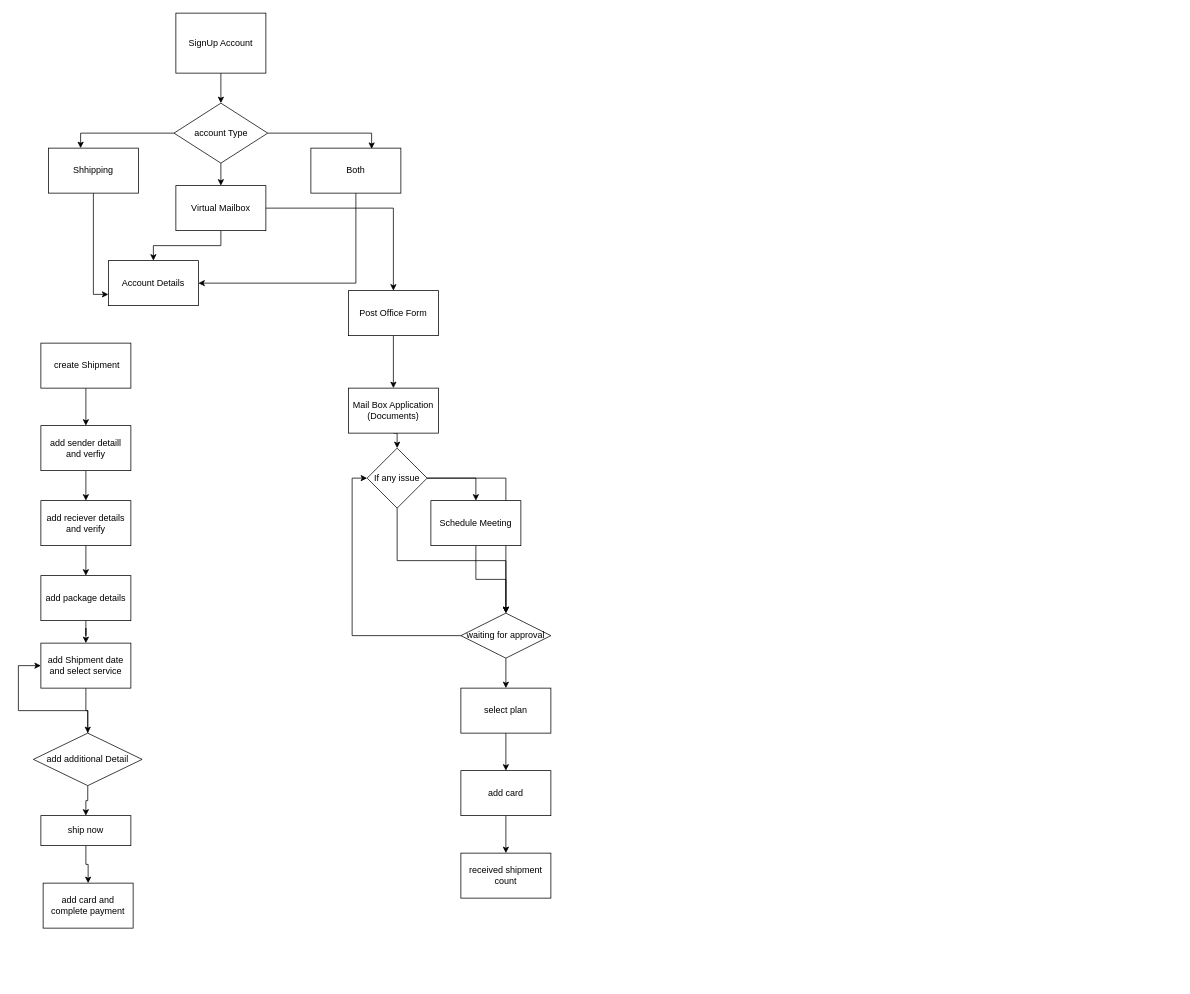
This is public/ship District.drawio from sharmag44/card-form, a draw.io file, before an edit. Source tidied: cells renumbered, new cells numbered last; positions are measured from the earlier drawing's top-left corner, leaving out a move shared by most shapes. Both pictures are drawn from the tidied source at 75%, with x=0, y=0 at pixel (33, 13).
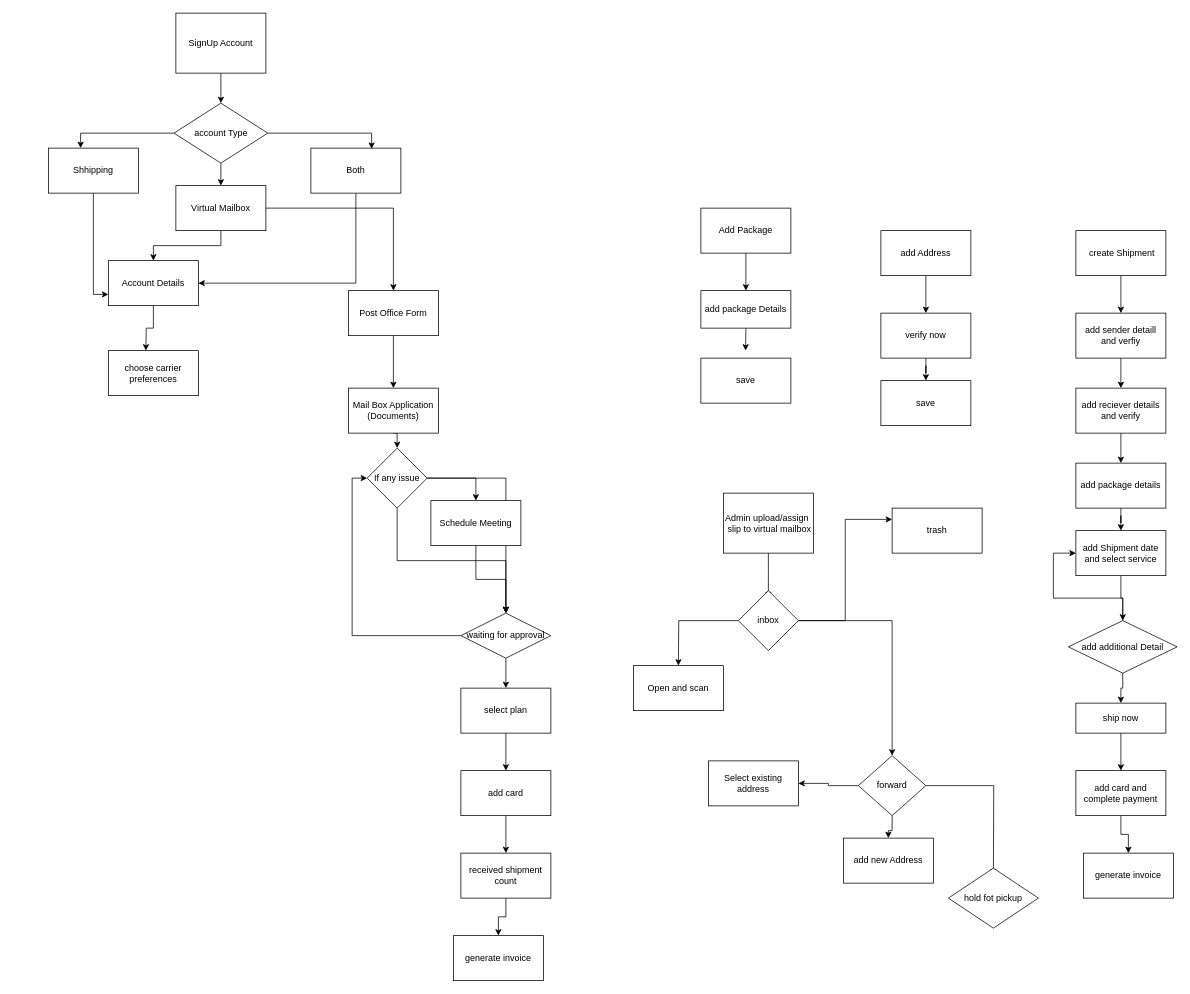
Above is the later version.

The change refers to these unchanged cells:
```xml
<mxCell id="15" value="Account Details" style="rounded=0;whiteSpace=wrap;html=1;" parent="1" vertex="1">
  <mxGeometry x="100" y="330" width="120" height="60" as="geometry" />
</mxCell>
<mxCell id="33" value="received shipment count" style="rounded=0;whiteSpace=wrap;html=1;" parent="1" vertex="1">
  <mxGeometry x="570" y="1120" width="120" height="60" as="geometry" />
</mxCell>
```

The edit, as a diff of the source:
```diff
@@
+    <mxCell id="50" style="edgeStyle=orthogonalEdgeStyle;rounded=0;jettySize=auto;html=1;exitX=0.5;exitY=1;exitDx=0;exitDy=0;" parent="1" edge="1" source="15">
+      <mxGeometry relative="1" as="geometry">
+        <mxPoint x="150" y="450" as="targetPoint" />
+      </mxGeometry>
+    </mxCell>
@@
+    <mxCell id="51" style="edgeStyle=orthogonalEdgeStyle;rounded=0;jettySize=auto;html=1;exitX=0.5;exitY=1;exitDx=0;exitDy=0;entryX=0.5;entryY=0;entryDx=0;entryDy=0;" parent="1" edge="1" source="33" target="54">
+      <mxGeometry relative="1" as="geometry" />
+    </mxCell>
@@
     <mxCell id="35" value="&amp;nbsp;create Shipment&lt;br&gt;" style="rounded=0;whiteSpace=wrap;html=1;" parent="1" vertex="1">
-      <mxGeometry x="10" y="440" width="120" height="60" as="geometry" />
+      <mxGeometry x="1390" y="290" width="120" height="60" as="geometry" />
     </mxCell>
@@
     <mxCell id="37" value="add sender detaill and verfiy" style="rounded=0;whiteSpace=wrap;html=1;" parent="1" vertex="1">
-      <mxGeometry x="10" y="550" width="120" height="60" as="geometry" />
+      <mxGeometry x="1390" y="400" width="120" height="60" as="geometry" />
     </mxCell>
@@
     <mxCell id="39" value="add reciever details and verify" style="rounded=0;whiteSpace=wrap;html=1;" parent="1" vertex="1">
-      <mxGeometry x="10" y="650" width="120" height="60" as="geometry" />
+      <mxGeometry x="1390" y="500" width="120" height="60" as="geometry" />
     </mxCell>
@@
     <mxCell id="41" value="add package details" style="rounded=0;whiteSpace=wrap;html=1;" parent="1" vertex="1">
-      <mxGeometry x="10" y="750" width="120" height="60" as="geometry" />
+      <mxGeometry x="1390" y="600" width="120" height="60" as="geometry" />
     </mxCell>
@@
     <mxCell id="43" value="add Shipment date and select service" style="rounded=0;whiteSpace=wrap;html=1;" parent="1" vertex="1">
-      <mxGeometry x="10" y="840" width="120" height="60" as="geometry" />
+      <mxGeometry x="1390" y="690" width="120" height="60" as="geometry" />
     </mxCell>
@@
     <mxCell id="46" value="add additional Detail" style="rhombus;whiteSpace=wrap;html=1;" parent="1" vertex="1">
-      <mxGeometry y="960" width="145" height="70" as="geometry" />
+      <mxGeometry x="1380" y="810" width="145" height="70" as="geometry" />
     </mxCell>
-    <mxCell id="47" style="edgeStyle=orthogonalEdgeStyle;rounded=0;jettySize=auto;html=1;" parent="1" edge="1" source="48" target="49">
+    <mxCell id="47" style="edgeStyle=orthogonalEdgeStyle;rounded=0;jettySize=auto;html=1;entryX=0.5;entryY=0;entryDx=0;entryDy=0;" parent="1" edge="1" source="48" target="49">
       <mxGeometry relative="1" as="geometry" />
     </mxCell>
     <mxCell id="48" value="ship now&lt;br&gt;" style="rounded=0;whiteSpace=wrap;html=1;" parent="1" vertex="1">
-      <mxGeometry x="10" y="1070" width="120" height="40" as="geometry" />
+      <mxGeometry x="1390" y="920" width="120" height="40" as="geometry" />
     </mxCell>
+    <mxCell id="52" style="edgeStyle=orthogonalEdgeStyle;rounded=0;jettySize=auto;html=1;" parent="1" edge="1" source="49" target="53">
+      <mxGeometry relative="1" as="geometry" />
+    </mxCell>
     <mxCell id="49" value="add card and complete payment&lt;br&gt;" style="rounded=0;whiteSpace=wrap;html=1;" parent="1" vertex="1">
-      <mxGeometry x="13" y="1160" width="120" height="60" as="geometry" />
+      <mxGeometry x="1390" y="1010" width="120" height="60" as="geometry" />
     </mxCell>
+    <mxCell id="53" value="generate invoice" style="rounded=0;whiteSpace=wrap;html=1;" parent="1" vertex="1">
+      <mxGeometry x="1400" y="1120" width="120" height="60" as="geometry" />
+    </mxCell>
+    <mxCell id="54" value="generate invoice" style="rounded=0;whiteSpace=wrap;html=1;" parent="1" vertex="1">
+      <mxGeometry x="560" y="1230" width="120" height="60" as="geometry" />
+    </mxCell>
+    <mxCell id="55" style="edgeStyle=orthogonalEdgeStyle;rounded=0;jettySize=auto;html=1;exitX=0.5;exitY=1;exitDx=0;exitDy=0;entryX=0.5;entryY=0;entryDx=0;entryDy=0;" parent="1" edge="1" source="56" target="58">
+      <mxGeometry relative="1" as="geometry" />
+    </mxCell>
+    <mxCell id="56" value="add Address" style="rounded=0;whiteSpace=wrap;html=1;" parent="1" vertex="1">
+      <mxGeometry x="1130" y="290" width="120" height="60" as="geometry" />
+    </mxCell>
+    <mxCell id="57" style="edgeStyle=orthogonalEdgeStyle;rounded=0;jettySize=auto;html=1;entryX=0.5;entryY=0;entryDx=0;entryDy=0;" parent="1" edge="1" source="58" target="70">
+      <mxGeometry relative="1" as="geometry" />
+    </mxCell>
+    <mxCell id="58" value="verify now" style="rounded=0;whiteSpace=wrap;html=1;" parent="1" vertex="1">
+      <mxGeometry x="1130" y="400" width="120" height="60" as="geometry" />
+    </mxCell>
+    <mxCell id="59" style="edgeStyle=orthogonalEdgeStyle;rounded=0;jettySize=auto;html=1;" parent="1" edge="1" source="60" target="62">
+      <mxGeometry relative="1" as="geometry" />
+    </mxCell>
+    <mxCell id="60" value="Add Package" style="whiteSpace=wrap;html=1;" parent="1" vertex="1">
+      <mxGeometry x="890" y="260" width="120" height="60" as="geometry" />
+    </mxCell>
+    <mxCell id="61" style="edgeStyle=orthogonalEdgeStyle;rounded=0;jettySize=auto;html=1;exitX=0.5;exitY=1;exitDx=0;exitDy=0;" parent="1" edge="1" source="62">
+      <mxGeometry relative="1" as="geometry">
+        <mxPoint x="949.6" y="450" as="targetPoint" />
+      </mxGeometry>
+    </mxCell>
+    <mxCell id="62" value="add package Details" style="whiteSpace=wrap;html=1;" parent="1" vertex="1">
+      <mxGeometry x="890" y="370" width="120" height="50" as="geometry" />
+    </mxCell>
+    <mxCell id="63" style="edgeStyle=orthogonalEdgeStyle;rounded=0;jettySize=auto;html=1;entryX=0.5;entryY=0;entryDx=0;entryDy=0;" parent="1" edge="1" source="64">
+      <mxGeometry relative="1" as="geometry">
+        <mxPoint x="980" y="780" as="targetPoint" />
+      </mxGeometry>
+    </mxCell>
+    <mxCell id="64" value="Admin upload/assign&amp;nbsp;&lt;br&gt;&amp;nbsp;slip to virtual mailbox" style="whiteSpace=wrap;html=1;" parent="1" vertex="1">
+      <mxGeometry x="920" y="640" width="120" height="80" as="geometry" />
+    </mxCell>
+    <mxCell id="65" style="edgeStyle=orthogonalEdgeStyle;rounded=0;jettySize=auto;html=1;exitX=1;exitY=0.5;exitDx=0;exitDy=0;entryX=0;entryY=0.25;entryDx=0;entryDy=0;" parent="1" edge="1" source="68" target="73">
+      <mxGeometry relative="1" as="geometry" />
+    </mxCell>
+    <mxCell id="66" style="edgeStyle=orthogonalEdgeStyle;rounded=0;jettySize=auto;html=1;" parent="1" edge="1" source="68">
+      <mxGeometry relative="1" as="geometry">
+        <mxPoint x="860" y="870" as="targetPoint" />
+      </mxGeometry>
+    </mxCell>
+    <mxCell id="67" style="edgeStyle=orthogonalEdgeStyle;rounded=0;jettySize=auto;html=1;" parent="1" edge="1" source="68" target="77">
+      <mxGeometry relative="1" as="geometry" />
+    </mxCell>
+    <mxCell id="68" value="inbox" style="rhombus;whiteSpace=wrap;html=1;" parent="1" vertex="1">
+      <mxGeometry x="940" y="770" width="80" height="80" as="geometry" />
+    </mxCell>
+    <mxCell id="69" value="save&lt;br&gt;" style="whiteSpace=wrap;html=1;" parent="1" vertex="1">
+      <mxGeometry x="890" y="460" width="120" height="60" as="geometry" />
+    </mxCell>
+    <mxCell id="70" value="save&lt;br&gt;" style="whiteSpace=wrap;html=1;" parent="1" vertex="1">
+      <mxGeometry x="1130" y="490" width="120" height="60" as="geometry" />
+    </mxCell>
+    <mxCell id="71" value="choose carrier preferences" style="rounded=0;whiteSpace=wrap;html=1;" parent="1" vertex="1">
+      <mxGeometry x="100" y="450" width="120" height="60" as="geometry" />
+    </mxCell>
+    <mxCell id="72" value="Open and scan" style="rounded=0;whiteSpace=wrap;html=1;" parent="1" vertex="1">
+      <mxGeometry x="800" y="870" width="120" height="60" as="geometry" />
+    </mxCell>
+    <mxCell id="73" value="trash&lt;br&gt;" style="whiteSpace=wrap;html=1;" parent="1" vertex="1">
+      <mxGeometry x="1145" y="660" width="120" height="60" as="geometry" />
+    </mxCell>
+    <mxCell id="74" style="edgeStyle=orthogonalEdgeStyle;rounded=0;jettySize=auto;html=1;" parent="1" edge="1" source="77" target="78">
+      <mxGeometry relative="1" as="geometry" />
+    </mxCell>
+    <mxCell id="75" style="edgeStyle=orthogonalEdgeStyle;rounded=0;jettySize=auto;html=1;exitX=1;exitY=0.5;exitDx=0;exitDy=0;entryX=0.5;entryY=0;entryDx=0;entryDy=0;" parent="1" edge="1" source="77">
+      <mxGeometry relative="1" as="geometry">
+        <mxPoint x="1280" y="1150" as="targetPoint" />
+      </mxGeometry>
+    </mxCell>
+    <mxCell id="76" style="edgeStyle=orthogonalEdgeStyle;rounded=0;jettySize=auto;html=1;entryX=0.5;entryY=0;entryDx=0;entryDy=0;" parent="1" edge="1" source="77" target="79">
+      <mxGeometry relative="1" as="geometry" />
+    </mxCell>
+    <mxCell id="77" value="forward&lt;br&gt;" style="rhombus;whiteSpace=wrap;html=1;" parent="1" vertex="1">
+      <mxGeometry x="1100" y="990" width="90" height="80" as="geometry" />
+    </mxCell>
+    <mxCell id="78" value="Select existing address" style="rounded=0;whiteSpace=wrap;html=1;" parent="1" vertex="1">
+      <mxGeometry x="900" y="997" width="120" height="60" as="geometry" />
+    </mxCell>
+    <mxCell id="79" value="add new Address" style="rounded=0;whiteSpace=wrap;html=1;" parent="1" vertex="1">
+      <mxGeometry x="1080" y="1100" width="120" height="60" as="geometry" />
+    </mxCell>
+    <mxCell id="80" value="hold fot pickup" style="rhombus;whiteSpace=wrap;html=1;" parent="1" vertex="1">
+      <mxGeometry x="1220" y="1140" width="120" height="80" as="geometry" />
+    </mxCell>
```
